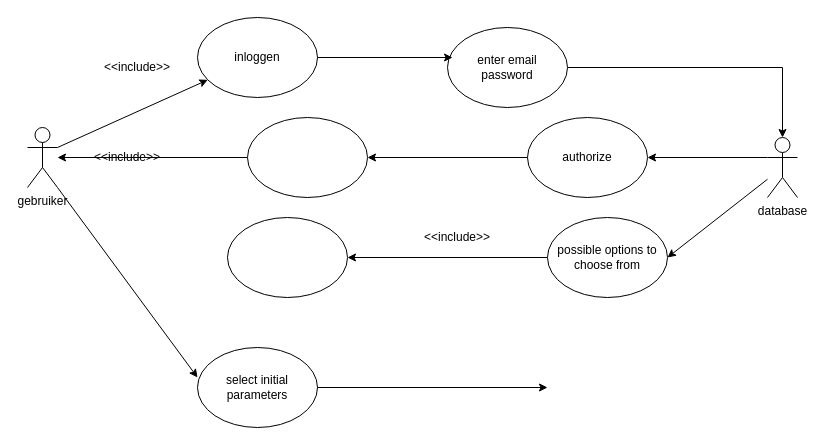
Before: Untitled Diagram.drawio in edwardwarnders/hello-world, a draw.io diagram. Source tidied: cells renumbered, new cells numbered last; positions are measured from the earlier drawing's top-left corner, leaving out a move shared by most shapes. Both pictures are drawn from the tidied source at 100%, with x=0, y=0 at pixel (27, 17).
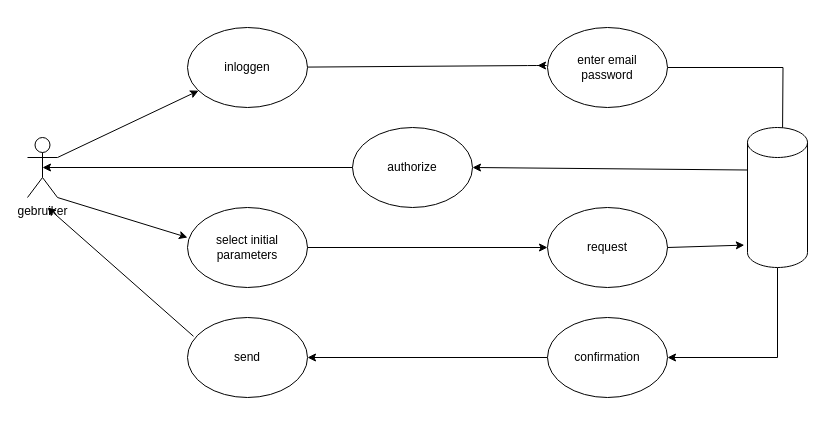
Above is the later version.

Change to the diagram source:
```diff
@@
     <mxCell id="2" value="gebruiker&lt;br&gt;" style="shape=umlActor;verticalLabelPosition=bottom;verticalAlign=top;html=1;outlineConnect=0;" parent="1" vertex="1">
-      <mxGeometry y="110" width="30" height="60" as="geometry" />
+      <mxGeometry y="120" width="30" height="60" as="geometry" />
     </mxCell>
     <mxCell id="3" value="authorize" style="ellipse;whiteSpace=wrap;html=1;" parent="1" vertex="1">
-      <mxGeometry x="500" y="100" width="120" height="80" as="geometry" />
+      <mxGeometry x="325" y="110" width="120" height="80" as="geometry" />
     </mxCell>
     <mxCell id="4" value="inloggen" style="ellipse;whiteSpace=wrap;html=1;" parent="1" vertex="1">
-      <mxGeometry x="170" width="120" height="80" as="geometry" />
+      <mxGeometry x="160" y="10" width="120" height="80" as="geometry" />
     </mxCell>
-    <mxCell id="5" value="database" style="shape=umlActor;verticalLabelPosition=bottom;verticalAlign=top;html=1;outlineConnect=0;" parent="1" vertex="1">
-      <mxGeometry x="740" y="120" width="30" height="60" as="geometry" />
-    </mxCell>
-    <mxCell id="6" style="edgeStyle=orthogonalEdgeStyle;rounded=0;jettySize=auto;html=1;exitX=1;exitY=0.5;exitDx=0;exitDy=0;" parent="1" edge="1" source="7" target="5">
-      <mxGeometry relative="1" as="geometry" />
+    <mxCell id="6" style="edgeStyle=orthogonalEdgeStyle;rounded=0;jettySize=auto;html=1;exitX=1;exitY=0.5;exitDx=0;exitDy=0;" parent="1" edge="1" source="7">
+      <mxGeometry relative="1" as="geometry">
+        <mxPoint x="755" y="120" as="targetPoint" />
+      </mxGeometry>
     </mxCell>
     <mxCell id="7" value="enter email&lt;br&gt;password" style="ellipse;whiteSpace=wrap;html=1;" parent="1" vertex="1">
-      <mxGeometry x="420" y="10" width="120" height="80" as="geometry" />
+      <mxGeometry x="520" y="10" width="120" height="80" as="geometry" />
     </mxCell>
@@
     <mxCell id="9" value="select initial parameters" style="ellipse;whiteSpace=wrap;html=1;" parent="1" vertex="1">
-      <mxGeometry x="170" y="330" width="120" height="80" as="geometry" />
+      <mxGeometry x="160" y="190" width="120" height="80" as="geometry" />
     </mxCell>
@@
-    <mxCell id="11" value="possible options to choose from" style="ellipse;whiteSpace=wrap;html=1;" parent="1" vertex="1">
-      <mxGeometry x="520" y="200" width="120" height="80" as="geometry" />
+    <mxCell id="11" value="confirmation" style="ellipse;whiteSpace=wrap;html=1;" parent="1" vertex="1">
+      <mxGeometry x="520" y="300" width="120" height="80" as="geometry" />
     </mxCell>
-    <mxCell id="12" style="endArrow=classic;html=1;entryX=0.042;entryY=0.375;entryDx=0;entryDy=0;entryPerimeter=0;" parent="1" edge="1" source="4" target="7">
-      <mxGeometry relative="1" as="geometry" />
+    <mxCell id="12" style="endArrow=classic;html=1;" parent="1" edge="1" source="4">
+      <mxGeometry relative="1" as="geometry">
+        <mxPoint x="510" y="48" as="targetPoint" />
+        <Array as="points">
+          <mxPoint x="510" y="48" />
+          <mxPoint x="520" y="48" />
+        </Array>
+      </mxGeometry>
     </mxCell>
@@
-    <mxCell id="14" style="endArrow=classic;html=1;entryX=1;entryY=0.5;entryDx=0;entryDy=0;" parent="1" edge="1" source="5" target="11">
-      <mxGeometry relative="1" as="geometry" />
-    </mxCell>
-    <mxCell id="15" value="&amp;lt;&amp;lt;include&amp;gt;&amp;gt;" style="text;html=1;strokeColor=none;fillColor=none;align=center;verticalAlign=middle;whiteSpace=wrap;rounded=0;" parent="1" vertex="1">
-      <mxGeometry x="410" y="210" width="40" height="20" as="geometry" />
-    </mxCell>
-    <mxCell id="16" value="&amp;lt;&amp;lt;include&amp;gt;&amp;gt;" style="text;html=1;strokeColor=none;fillColor=none;align=center;verticalAlign=middle;whiteSpace=wrap;rounded=0;" parent="1" vertex="1">
-      <mxGeometry x="90" y="40" width="40" height="20" as="geometry" />
-    </mxCell>
-    <mxCell id="17" value="&amp;lt;&amp;lt;include&amp;gt;&amp;gt;" style="text;html=1;strokeColor=none;fillColor=none;align=center;verticalAlign=middle;whiteSpace=wrap;rounded=0;" parent="1" vertex="1">
-      <mxGeometry x="80" y="130" width="40" height="20" as="geometry" />
-    </mxCell>
-    <mxCell id="18" style="edgeStyle=orthogonalEdgeStyle;rounded=0;jettySize=auto;html=1;" parent="1" edge="1" source="19" target="2">
-      <mxGeometry relative="1" as="geometry" />
-    </mxCell>
-    <mxCell id="19" style="ellipse;whiteSpace=wrap;html=1;" parent="1" vertex="1">
-      <mxGeometry x="220" y="100" width="120" height="80" as="geometry" />
-    </mxCell>
-    <mxCell id="20" style="endArrow=classic;html=1;exitX=0;exitY=0.3333333333333333;exitDx=0;exitDy=0;exitPerimeter=0;entryX=1;entryY=0.5;entryDx=0;entryDy=0;" parent="1" edge="1" source="5" target="3">
+    <mxCell id="20" style="endArrow=classic;html=1;exitX=0;exitY=0;exitDx=0;exitDy=42.5;exitPerimeter=0;entryX=1;entryY=0.5;entryDx=0;entryDy=0;" parent="1" edge="1" source="28" target="3">
       <mxGeometry relative="1" as="geometry" />
     </mxCell>
-    <mxCell id="21" style="ellipse;whiteSpace=wrap;html=1;" parent="1" vertex="1">
-      <mxGeometry x="200" y="200" width="120" height="80" as="geometry" />
+    <mxCell id="21" value="send" style="ellipse;whiteSpace=wrap;html=1;" parent="1" vertex="1">
+      <mxGeometry x="160" y="300" width="120" height="80" as="geometry" />
     </mxCell>
-    <mxCell id="22" style="endArrow=classic;html=1;exitX=1;exitY=0.5;exitDx=0;exitDy=0;" parent="1" edge="1" source="9">
-      <mxGeometry relative="1" as="geometry">
-        <mxPoint x="520" y="370" as="targetPoint" />
-      </mxGeometry>
+    <mxCell id="22" style="endArrow=classic;html=1;exitX=1;exitY=0.5;exitDx=0;exitDy=0;entryX=0;entryY=0.5;entryDx=0;entryDy=0;" parent="1" edge="1" source="9" target="24">
+      <mxGeometry relative="1" as="geometry" />
     </mxCell>
-    <mxCell id="23" style="edgeStyle=orthogonalEdgeStyle;rounded=0;jettySize=auto;html=1;exitX=0;exitY=0.5;exitDx=0;exitDy=0;entryX=1;entryY=0.5;entryDx=0;entryDy=0;" parent="1" edge="1" source="3" target="19">
+    <mxCell id="23" style="edgeStyle=orthogonalEdgeStyle;rounded=0;jettySize=auto;html=1;exitX=0;exitY=0.5;exitDx=0;exitDy=0;entryX=0.5;entryY=0.5;entryDx=0;entryDy=0;entryPerimeter=0;" parent="1" edge="1" source="3" target="2">
       <mxGeometry relative="1" as="geometry" />
     </mxCell>
+    <mxCell id="24" value="request" style="ellipse;whiteSpace=wrap;html=1;" parent="1" vertex="1">
+      <mxGeometry x="520" y="190" width="120" height="80" as="geometry" />
+    </mxCell>
+    <mxCell id="25" style="endArrow=classic;html=1;entryX=-0.053;entryY=0.84;entryDx=0;entryDy=0;entryPerimeter=0;exitX=1;exitY=0.5;exitDx=0;exitDy=0;" parent="1" edge="1" source="24" target="28">
+      <mxGeometry relative="1" as="geometry" />
+    </mxCell>
+    <mxCell id="26" style="endArrow=classic;html=1;exitX=0.05;exitY=0.235;exitDx=0;exitDy=0;exitPerimeter=0;" parent="1" edge="1" source="21">
+      <mxGeometry relative="1" as="geometry">
+        <mxPoint x="20" y="190" as="targetPoint" />
+      </mxGeometry>
+    </mxCell>
+    <mxCell id="27" style="edgeStyle=orthogonalEdgeStyle;rounded=0;jettySize=auto;html=1;exitX=0.5;exitY=1;exitDx=0;exitDy=0;exitPerimeter=0;entryX=1;entryY=0.5;entryDx=0;entryDy=0;" parent="1" edge="1" source="28" target="11">
+      <mxGeometry relative="1" as="geometry" />
+    </mxCell>
+    <mxCell id="28" style="shape=cylinder3;whiteSpace=wrap;html=1;boundedLbl=1;backgroundOutline=1;size=15;" parent="1" vertex="1">
+      <mxGeometry x="720" y="110" width="60" height="140" as="geometry" />
+    </mxCell>
```
